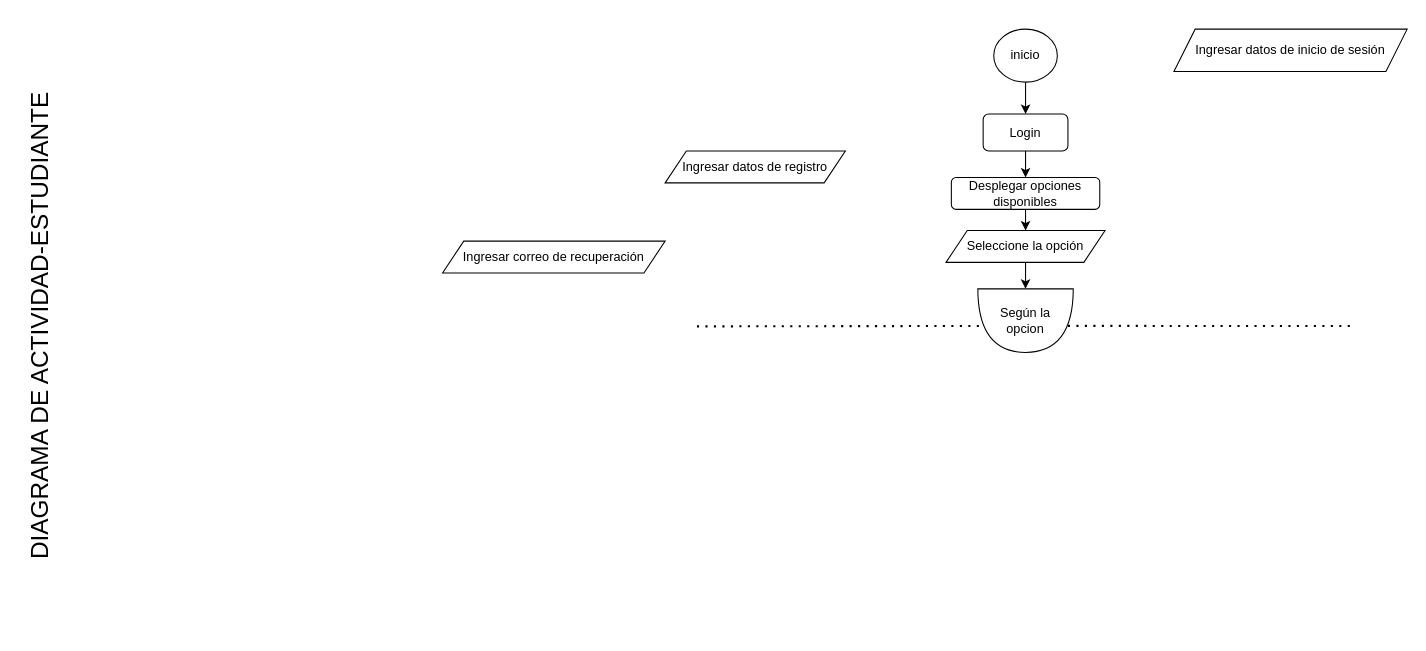
This is DiagramaDeActividades/DiagramaEstudiante.drawio from Joxini/DiagramaDeUso, a draw.io file, before an edit. Source tidied: cells renumbered, new cells numbered last; positions are measured from the earlier drawing's top-left corner, leaving out a move shared by most shapes. Both pictures are drawn from the tidied source at 106%, with x=0, y=0 at pixel (-268, 29).
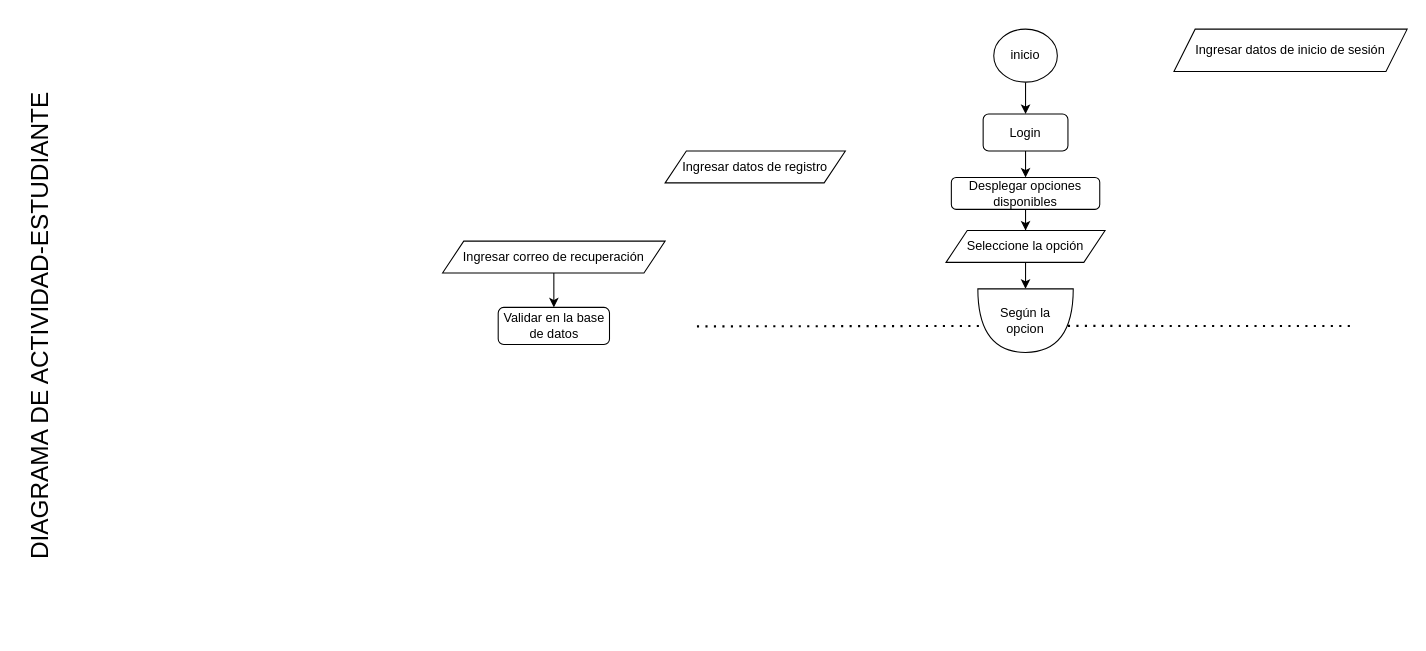
After the change.

Unchanged cells that the change refers to:
```xml
<mxCell id="15" value="Ingresar correo de recuperación" style="shape=parallelogram;perimeter=parallelogramPerimeter;whiteSpace=wrap;html=1;fixedSize=1;" parent="1" vertex="1">
  <mxGeometry x="670" y="200" width="210" height="30" as="geometry" />
</mxCell>
```

What changed in the source:
```diff
@@
+    <mxCell id="18" style="edgeStyle=orthogonalEdgeStyle;rounded=0;jettySize=auto;html=1;" parent="1" edge="1" source="15" target="19">
+      <mxGeometry relative="1" as="geometry" />
+    </mxCell>
@@
+    <mxCell id="19" value="Validar en la base de datos" style="rounded=1;whiteSpace=wrap;html=1;" parent="1" vertex="1">
+      <mxGeometry x="722.5" y="262.5" width="105" height="35" as="geometry" />
+    </mxCell>
```
